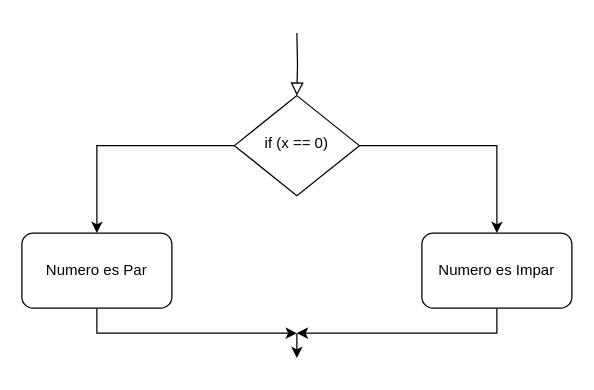
The draw.io diagram bin/ejercicio1/Ejercicio1.drawio in antonionavarro04/Tema2Boletin1, before the edit. Source tidied: cells renumbered, new cells numbered last; positions are measured from the earlier drawing's top-left corner, leaving out a move shared by most shapes. Both pictures are drawn from the tidied source at 125%, with x=0, y=0 at pixel (21, 32).
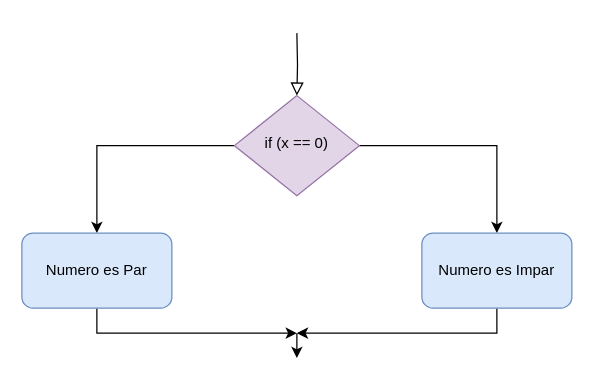
Above is the later version.

Change to the diagram source:
```diff
@@
 <mxGraphModel>
   <root>
     <mxCell id="0" />
     <mxCell id="1" parent="0" />
     <mxCell id="2" style="rounded=0;html=1;jettySize=auto;fontSize=11;endArrow=block;endFill=0;endSize=8;strokeWidth=1;shadow=0;labelBackgroundColor=none;edgeStyle=orthogonalEdgeStyle;" parent="1" edge="1" target="5">
       <mxGeometry relative="1" as="geometry">
         <mxPoint x="220" as="sourcePoint" />
       </mxGeometry>
     </mxCell>
     <mxCell id="3" style="edgeStyle=orthogonalEdgeStyle;rounded=0;jettySize=auto;html=1;exitX=1;exitY=0.5;exitDx=0;exitDy=0;entryX=0.5;entryY=0;entryDx=0;entryDy=0;" parent="1" edge="1" source="5" target="9">
       <mxGeometry relative="1" as="geometry" />
     </mxCell>
     <mxCell id="4" style="edgeStyle=orthogonalEdgeStyle;rounded=0;jettySize=auto;html=1;exitX=0;exitY=0.5;exitDx=0;exitDy=0;entryX=0.5;entryY=0;entryDx=0;entryDy=0;" parent="1" edge="1" source="5" target="7">
       <mxGeometry relative="1" as="geometry" />
     </mxCell>
-    <mxCell id="5" value="if (x == 0)" style="rhombus;whiteSpace=wrap;html=1;shadow=0;fontFamily=Helvetica;fontSize=12;align=center;strokeWidth=1;spacing=6;spacingTop=-4;" parent="1" vertex="1">
+    <mxCell id="5" value="if (x == 0)" style="rhombus;whiteSpace=wrap;html=1;shadow=0;fontFamily=Helvetica;fontSize=12;align=center;strokeWidth=1;spacing=6;spacingTop=-4;fillColor=#e1d5e7;strokeColor=#9673a6;" parent="1" vertex="1">
       <mxGeometry x="170" y="50" width="100" height="80" as="geometry" />
     </mxCell>
     <mxCell id="6" style="edgeStyle=orthogonalEdgeStyle;rounded=0;jettySize=auto;html=1;exitX=0.5;exitY=1;exitDx=0;exitDy=0;" parent="1" edge="1" source="7">
       <mxGeometry relative="1" as="geometry">
         <mxPoint x="220" y="240" as="targetPoint" />
         <Array as="points">
           <mxPoint x="60" y="240" />
         </Array>
       </mxGeometry>
     </mxCell>
-    <mxCell id="7" value="Numero es Par" style="rounded=1;whiteSpace=wrap;html=1;" parent="1" vertex="1">
+    <mxCell id="7" value="Numero es Par" style="rounded=1;whiteSpace=wrap;html=1;fillColor=#dae8fc;strokeColor=#6c8ebf;" parent="1" vertex="1">
       <mxGeometry y="160" width="120" height="60" as="geometry" />
     </mxCell>
     <mxCell id="8" style="edgeStyle=orthogonalEdgeStyle;rounded=0;jettySize=auto;html=1;exitX=0.5;exitY=1;exitDx=0;exitDy=0;" parent="1" edge="1" source="9">
       <mxGeometry relative="1" as="geometry">
         <mxPoint x="220" y="240" as="targetPoint" />
         <Array as="points">
           <mxPoint x="380" y="240" />
         </Array>
       </mxGeometry>
     </mxCell>
-    <mxCell id="9" value="Numero es Impar" style="rounded=1;whiteSpace=wrap;html=1;" parent="1" vertex="1">
+    <mxCell id="9" value="Numero es Impar" style="rounded=1;whiteSpace=wrap;html=1;fillColor=#dae8fc;strokeColor=#6c8ebf;" parent="1" vertex="1">
       <mxGeometry x="320" y="160" width="120" height="60" as="geometry" />
     </mxCell>
     <mxCell id="10" style="endArrow=classic;html=1;rounded=0;" parent="1" edge="1">
       <mxGeometry relative="1" as="geometry">
         <mxPoint x="220" y="240" as="sourcePoint" />
         <mxPoint x="220" y="260" as="targetPoint" />
       </mxGeometry>
     </mxCell>
   </root>
 </mxGraphModel>
```
